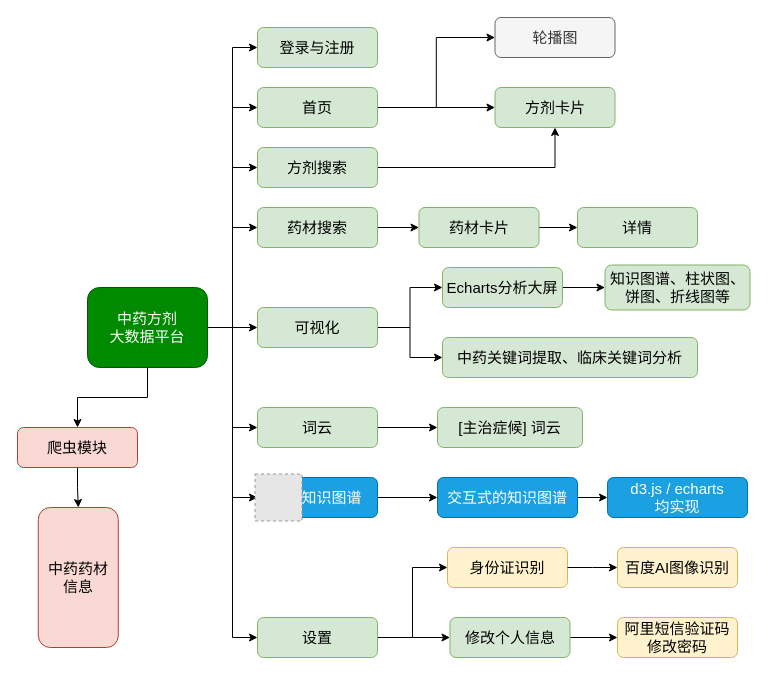
This is 2023/f10中药养生.drawio from redcomet88/DRAW, a draw.io file, before an edit. Source tidied: cells renumbered, new cells numbered last; positions are measured from the earlier drawing's top-left corner, leaving out a move shared by most shapes. Both pictures are drawn from the tidied source at 100%, with x=0, y=0 at pixel (17, 17). Pictures stored in the file or linked from it are replaced by grey dashed boxes.
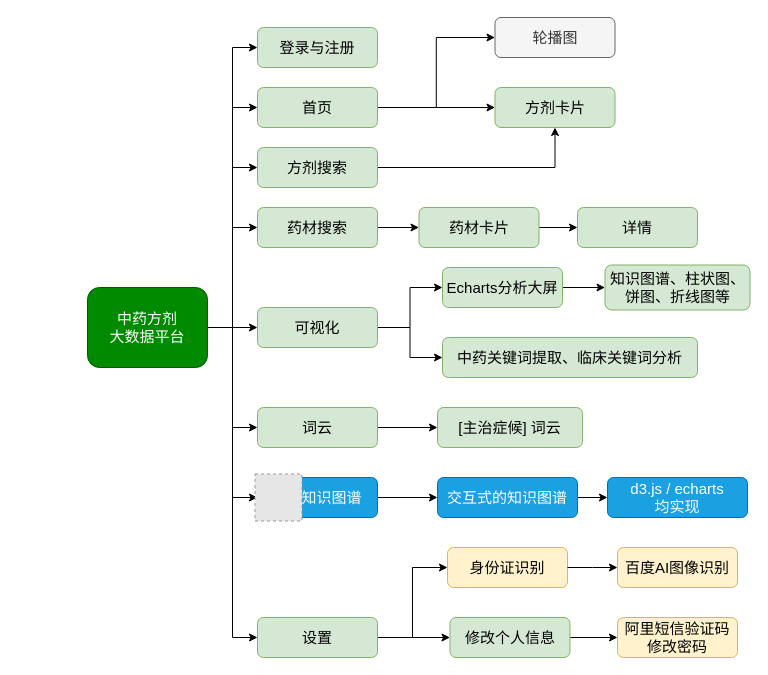
The same diagram, later.

Commit message (it also covers changes not shown here):
更新f10中药养生.drawio

Unchanged cells that the change refers to:
```xml
<mxCell id="13" value="中药方剂&lt;br&gt;大数据平台" style="rounded=1;whiteSpace=wrap;html=1;fontSize=15;fillColor=#008a00;strokeColor=#005700;fontColor=#ffffff;" parent="1" vertex="1">
  <mxGeometry x="70" y="270" width="120" height="80" as="geometry" />
</mxCell>
```

The edit, as a diff of the source:
```diff
@@
-    <mxCell id="9" style="edgeStyle=orthogonalEdgeStyle;rounded=0;jettySize=auto;html=1;exitX=0.5;exitY=1;exitDx=0;exitDy=0;entryX=0.5;entryY=0;entryDx=0;entryDy=0;fontSize=20;" parent="1" edge="1" source="13" target="37">
-      <mxGeometry relative="1" as="geometry" />
-    </mxCell>
@@
-    <mxCell id="36" style="edgeStyle=orthogonalEdgeStyle;rounded=0;jettySize=auto;html=1;exitX=0.5;exitY=1;exitDx=0;exitDy=0;entryX=0.5;entryY=0;entryDx=0;entryDy=0;fontSize=20;" parent="1" edge="1" source="37" target="38">
-      <mxGeometry relative="1" as="geometry" />
-    </mxCell>
-    <mxCell id="37" value="爬虫模块" style="rounded=1;whiteSpace=wrap;html=1;fontSize=15;fillColor=#fad9d5;strokeColor=#ae4132;" parent="1" vertex="1">
-      <mxGeometry y="410" width="120" height="40" as="geometry" />
-    </mxCell>
-    <mxCell id="38" value="中药药材&lt;br&gt;信息" style="rounded=1;whiteSpace=wrap;html=1;fontSize=15;fillColor=#fad9d5;strokeColor=#ae4132;" parent="1" vertex="1">
-      <mxGeometry x="20.8" y="490" width="80" height="140" as="geometry" />
-    </mxCell>
```
